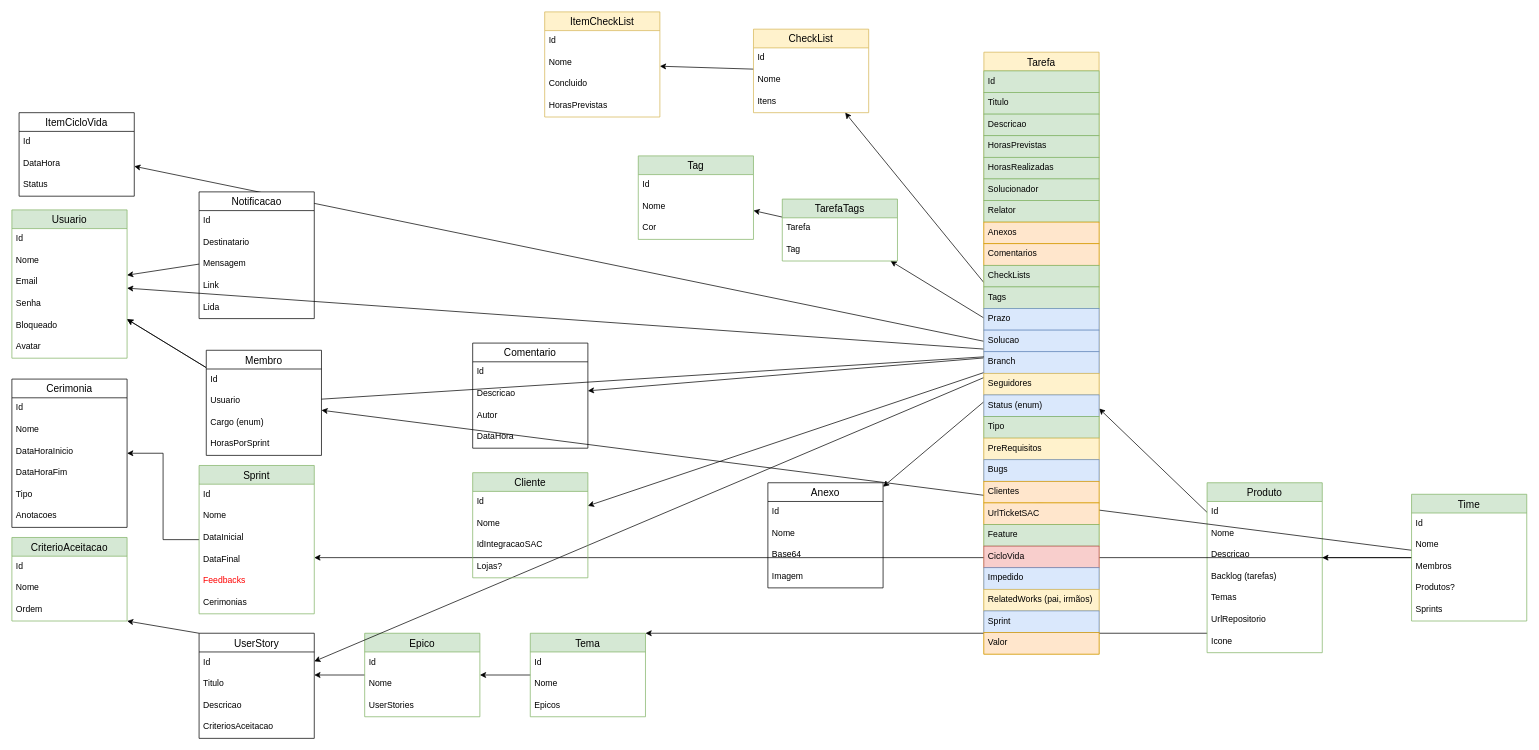
Before: page "ordem" (2 of 2) of Agilis-Back/docs/Untitled Diagram.drawio in ddsdaniel/Agilis, a draw.io diagram. Source tidied: cells renumbered, new cells numbered last; positions are measured from the earlier drawing's top-left corner, leaving out a move shared by most shapes. Both pictures are drawn from the tidied source at 72%, with x=0, y=0 at pixel (12, 12).
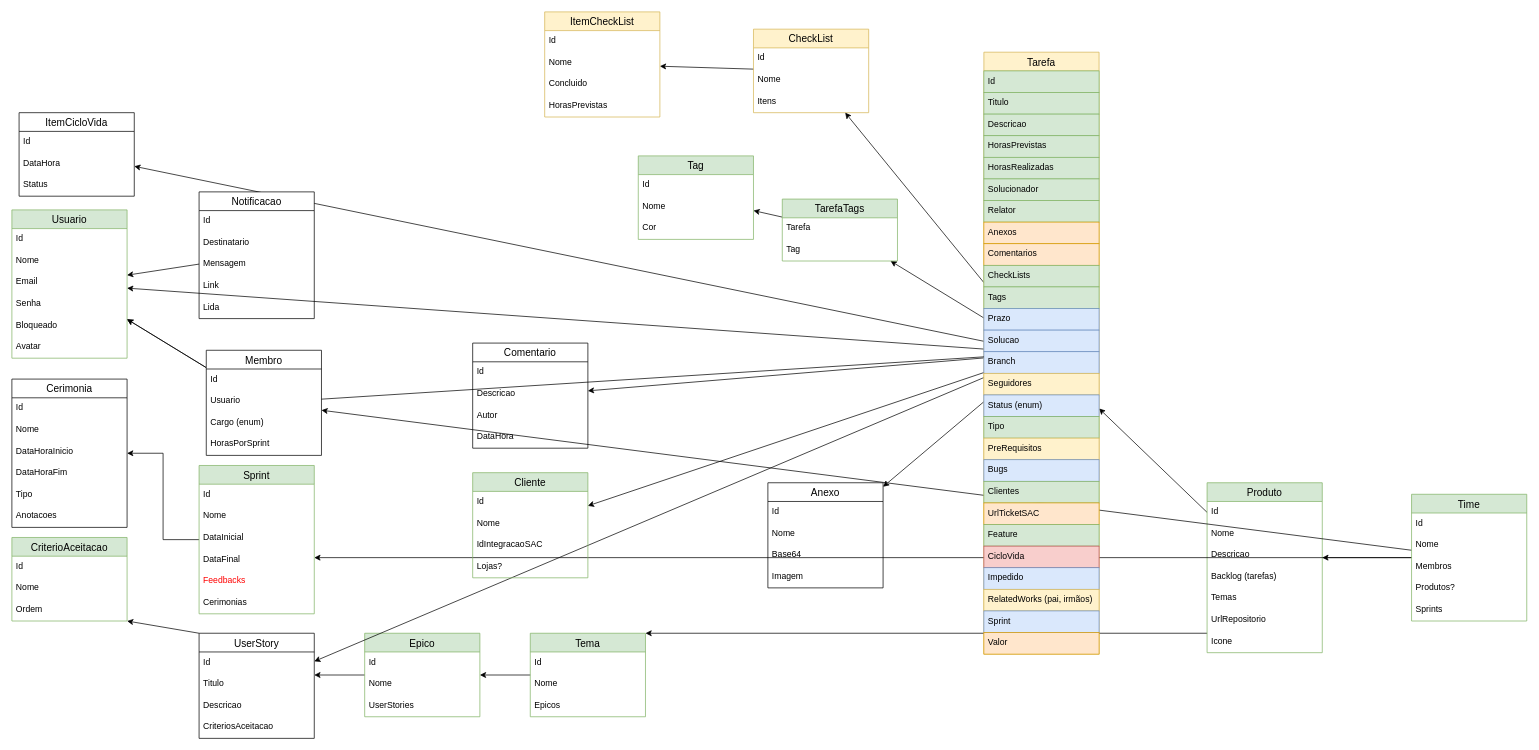
Above is the later version.

The change refers to these unchanged cells:
```xml
<mxCell id="89" value="Tarefa" style="swimlane;fontStyle=0;horizontal=1;startSize=26;align=center;fontSize=14;fillColor=#fff2cc;strokeColor=#d6b656;" parent="1" vertex="1">
  <mxGeometry x="1350" y="56" width="160" height="836" as="geometry" />
</mxCell>
```

Change to the diagram source:
```diff
@@
-    <mxCell id="109" value="Clientes" style="text;strokeColor=#d79b00;fillColor=#ffe6cc;spacingLeft=4;spacingRight=4;overflow=hidden;fontSize=12;" parent="89" vertex="1">
+    <mxCell id="109" value="Clientes" style="text;strokeColor=#82b366;fillColor=#d5e8d4;spacingLeft=4;spacingRight=4;overflow=hidden;fontSize=12;" parent="89" vertex="1">
       <mxGeometry y="596" width="160" height="30" as="geometry" />
     </mxCell>
```
